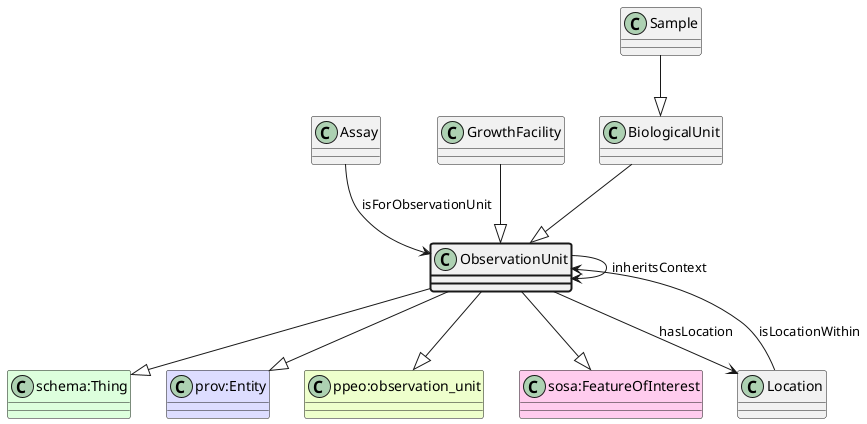
The PlantUML diagram ttl_uml/ttl_appn_ObservationUnit.png in aus-plant-phenomics-network/appn-schema, before a commit.
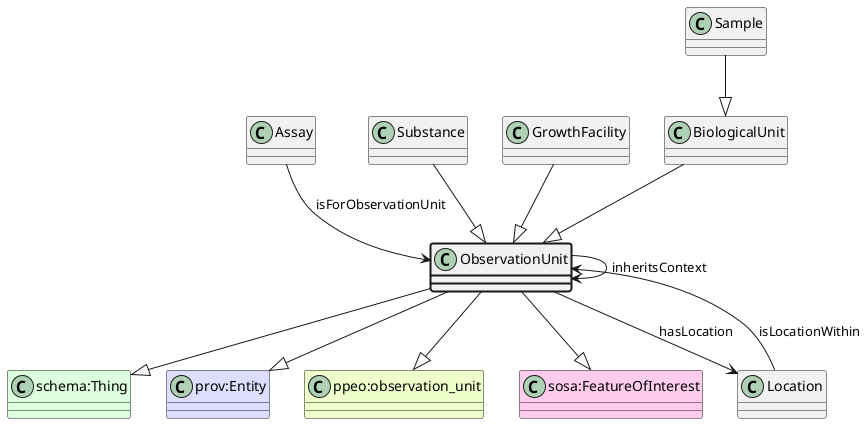
After the commit.

Commit message:
Substance as ObservationUnit

Change to the diagram source:
```diff
@@ -15,6 +15,8 @@
 ObservationUnit --> Location : hasLocation
 class Location
 Location --> ObservationUnit : isLocationWithin
+class Substance
+Substance --|> ObservationUnit
 class GrowthFacility
 GrowthFacility --|> ObservationUnit
 class BiologicalUnit
```
